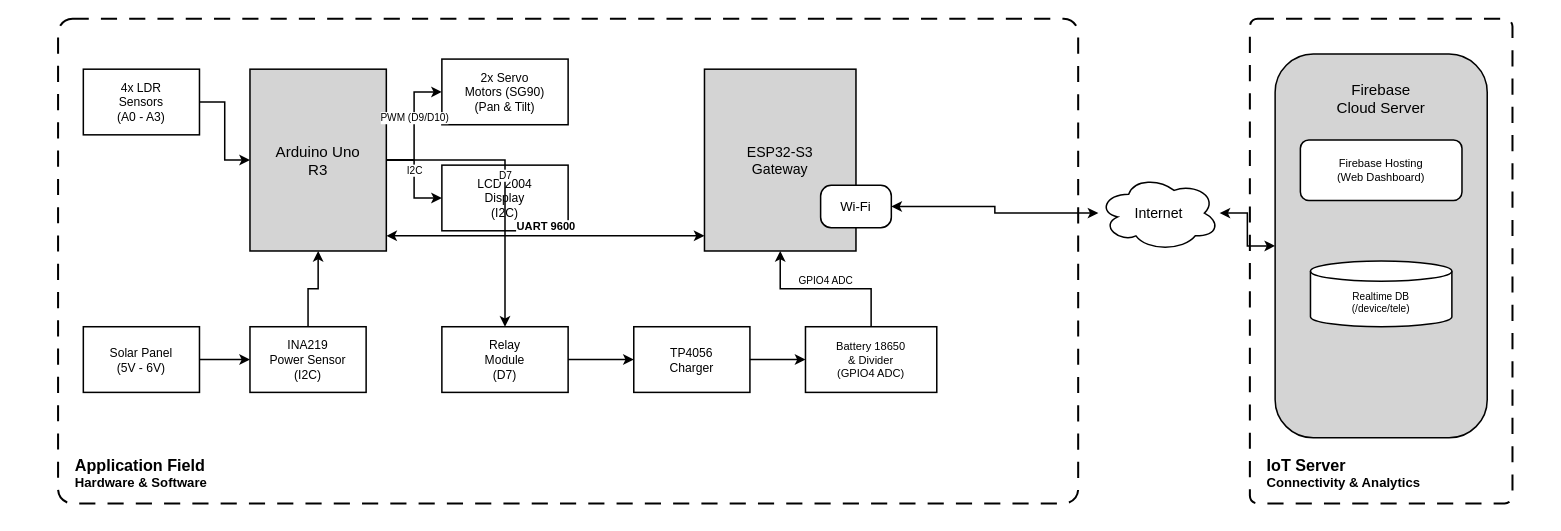
Above: block_diagram_solar_tracker.drawio in MaxxAlan/SolarController (draw.io), before the change. Source tidied: cells renumbered, new cells numbered last; positions are measured from the earlier drawing's top-left corner, leaving out a move shared by most shapes. Both pictures are drawn from the tidied source at 101%, with x=0, y=0 at pixel (58, 18).
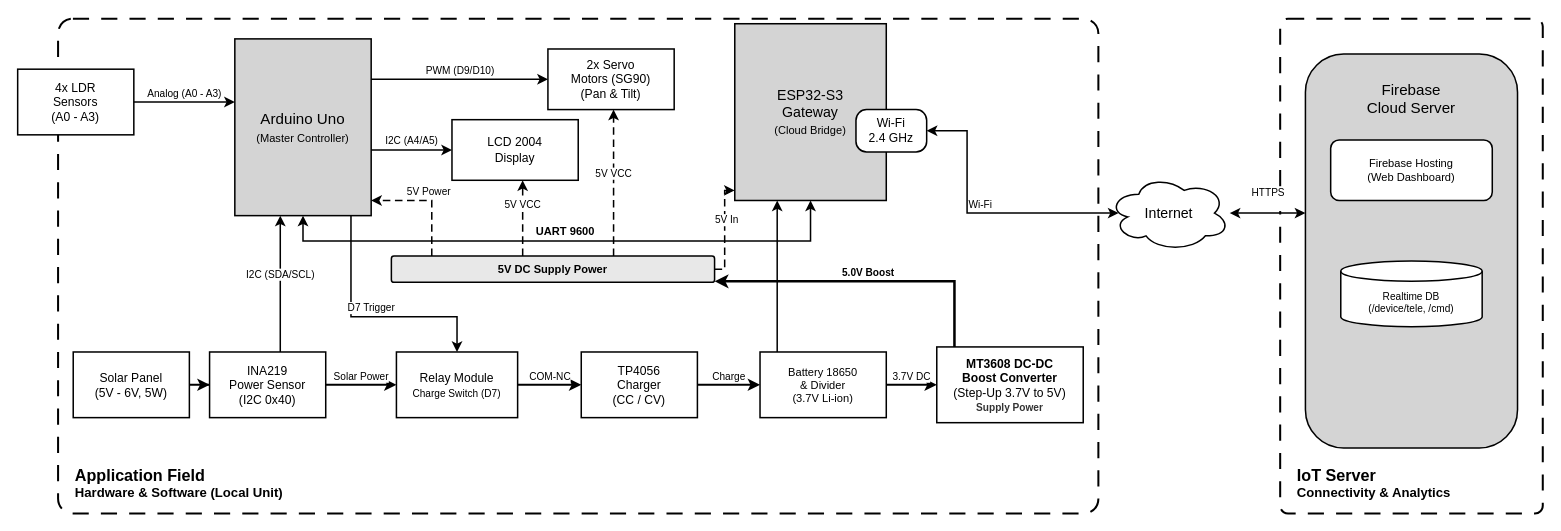
Above is the later version.

Change to the diagram source:
```diff
@@
     <mxCell id="2" style="rounded=1;arcSize=3;dashed=1;dashPattern=8 6;fillColor=none;strokeColor=#000000;strokeWidth=2;whiteSpace=wrap;html=1;" parent="1" vertex="1">
-      <mxGeometry width="1010" height="480" as="geometry" />
+      <mxGeometry width="1030" height="490" as="geometry" />
     </mxCell>
-    <mxCell id="3" value="&lt;b&gt;&lt;font style=&quot;font-size: 16px;&quot;&gt;Application Field&lt;/font&gt;&lt;/b&gt;&lt;br&gt;&lt;font style=&quot;font-size: 13px; font-weight: bold;&quot;&gt;Hardware &amp;amp; Software&lt;/font&gt;" style="text;html=1;strokeColor=none;fillColor=none;align=left;verticalAlign=bottom;whiteSpace=wrap;rounded=0;" parent="1" vertex="1">
-      <mxGeometry x="15" y="425" width="240" height="45" as="geometry" />
+    <mxCell id="3" value="&lt;b&gt;&lt;font style=&quot;font-size: 16px;&quot;&gt;Application Field&lt;/font&gt;&lt;/b&gt;&lt;br&gt;&lt;font style=&quot;font-size: 13px; font-weight: bold;&quot;&gt;Hardware &amp;amp; Software (Local Unit)&lt;/font&gt;" style="text;html=1;strokeColor=none;fillColor=none;align=left;verticalAlign=bottom;whiteSpace=wrap;rounded=0;" parent="1" vertex="1">
+      <mxGeometry x="15" y="435" width="280" height="45" as="geometry" />
     </mxCell>
     <mxCell id="4" style="rounded=1;arcSize=3;dashed=1;dashPattern=8 6;fillColor=none;strokeColor=#000000;strokeWidth=2;whiteSpace=wrap;html=1;" parent="1" vertex="1">
-      <mxGeometry x="1180" width="260" height="480" as="geometry" />
+      <mxGeometry x="1210" width="260" height="490" as="geometry" />
     </mxCell>
     <mxCell id="5" value="&lt;b&gt;&lt;font style=&quot;font-size: 16px;&quot;&gt;IoT Server&lt;/font&gt;&lt;/b&gt;&lt;br&gt;&lt;font style=&quot;font-size: 13px; font-weight: bold;&quot;&gt;Connectivity &amp;amp; Analytics&lt;/font&gt;" style="text;html=1;strokeColor=none;fillColor=none;align=left;verticalAlign=bottom;whiteSpace=wrap;rounded=0;" parent="1" vertex="1">
-      <mxGeometry x="1195" y="425" width="240" height="45" as="geometry" />
+      <mxGeometry x="1225" y="435" width="240" height="45" as="geometry" />
     </mxCell>
     <mxCell id="6" value="Internet" style="shape=cloud;whiteSpace=wrap;html=1;fillColor=#FFFFFF;strokeColor=#000000;strokeWidth=1.5;fontSize=14;fontStyle=0;align=center;verticalAlign=middle;" parent="1" vertex="1">
-      <mxGeometry x="1030" y="155" width="120" height="75" as="geometry" />
+      <mxGeometry x="1040" y="155" width="120" height="75" as="geometry" />
     </mxCell>
+    <mxCell id="18" value="Firebase&lt;br&gt;Cloud Server" style="rounded=1;arcSize=18;whiteSpace=wrap;html=1;fillColor=#D4D4D4;strokeColor=#000000;strokeWidth=1.5;fontSize=15;fontStyle=0;verticalAlign=top;spacingTop=20;" parent="1" vertex="1">
+      <mxGeometry x="1235" y="35" width="210" height="390" as="geometry" />
+    </mxCell>
+    <mxCell id="19" value="Firebase Hosting&lt;br&gt;(Web Dashboard)" style="rounded=1;arcSize=14;whiteSpace=wrap;html=1;fillColor=#FFFFFF;strokeColor=#000000;strokeWidth=1.5;fontSize=11;fontStyle=0;align=center;verticalAlign=middle;" parent="1" vertex="1">
+      <mxGeometry x="1260" y="120" width="160" height="60" as="geometry" />
+    </mxCell>
+    <mxCell id="20" value="Realtime DB&lt;br&gt;(/device/tele, /cmd)" style="shape=cylinder3;whiteSpace=wrap;html=1;boundedLbl=1;backgroundOutline=1;size=10;fillColor=#FFFFFF;strokeColor=#000000;strokeWidth=1.5;fontSize=10;" parent="1" vertex="1">
+      <mxGeometry x="1270" y="240" width="140" height="65" as="geometry" />
+    </mxCell>
     <mxCell id="7" value="4x LDR&lt;br&gt;Sensors&lt;br&gt;(A0 - A3)" style="rounded=0;whiteSpace=wrap;html=1;fillColor=#FFFFFF;strokeColor=#000000;strokeWidth=1.5;fontSize=12;fontStyle=0;" parent="1" vertex="1">
-      <mxGeometry x="25" y="50" width="115" height="65" as="geometry" />
+      <mxGeometry x="-40" y="50" width="115" height="65" as="geometry" />
     </mxCell>
-    <mxCell id="8" value="Solar Panel&lt;br&gt;(5V - 6V)" style="rounded=0;whiteSpace=wrap;html=1;fillColor=#FFFFFF;strokeColor=#000000;strokeWidth=1.5;fontSize=12;fontStyle=0;" parent="1" vertex="1">
-      <mxGeometry x="25" y="305" width="115" height="65" as="geometry" />
-    </mxCell>
-    <mxCell id="9" value="Arduino Uno&lt;br&gt;R3" style="rounded=0;whiteSpace=wrap;html=1;fillColor=#D4D4D4;strokeColor=#000000;strokeWidth=1.5;fontSize=15;fontStyle=0;align=center;verticalAlign=middle;" parent="1" vertex="1">
-      <mxGeometry x="190" y="50" width="135" height="180" as="geometry" />
+    <mxCell id="9" value="Arduino Uno&lt;br&gt;&lt;font style=&quot;font-size: 11px;&quot;&gt;(Master Controller)&lt;/font&gt;" style="rounded=0;whiteSpace=wrap;html=1;fillColor=#D4D4D4;strokeColor=#000000;strokeWidth=1.5;fontSize=15;fontStyle=0;align=center;verticalAlign=middle;" parent="1" vertex="1">
+      <mxGeometry x="175" y="20" width="135" height="175" as="geometry" />
     </mxCell>
-    <mxCell id="10" value="INA219&lt;br&gt;Power Sensor&lt;br&gt;(I2C)" style="rounded=0;whiteSpace=wrap;html=1;fillColor=#FFFFFF;strokeColor=#000000;strokeWidth=1.5;fontSize=12;fontStyle=0;" parent="1" vertex="1">
-      <mxGeometry x="190" y="305" width="115" height="65" as="geometry" />
-    </mxCell>
     <mxCell id="11" value="2x Servo&lt;br&gt;Motors (SG90)&lt;br&gt;(Pan &amp;amp; Tilt)" style="rounded=0;whiteSpace=wrap;html=1;fillColor=#FFFFFF;strokeColor=#000000;strokeWidth=1.5;fontSize=12;fontStyle=0;" parent="1" vertex="1">
-      <mxGeometry x="380" y="40" width="125" height="65" as="geometry" />
+      <mxGeometry x="485" y="30" width="125" height="60" as="geometry" />
     </mxCell>
-    <mxCell id="12" value="LCD 2004&lt;br&gt;Display&lt;br&gt;(I2C)" style="rounded=0;whiteSpace=wrap;html=1;fillColor=#FFFFFF;strokeColor=#000000;strokeWidth=1.5;fontSize=12;fontStyle=0;" parent="1" vertex="1">
-      <mxGeometry x="380" y="145" width="125" height="65" as="geometry" />
+    <mxCell id="12" value="LCD 2004&lt;br&gt;Display" style="rounded=0;whiteSpace=wrap;html=1;fillColor=#FFFFFF;strokeColor=#000000;strokeWidth=1.5;fontSize=12;fontStyle=0;" parent="1" vertex="1">
+      <mxGeometry x="390" y="100" width="125" height="60" as="geometry" />
     </mxCell>
+    <mxCell id="16" value="ESP32-S3&lt;br&gt;Gateway&lt;br&gt;&lt;font style=&quot;font-size: 11px;&quot;&gt;(Cloud Bridge)&lt;/font&gt;" style="rounded=0;whiteSpace=wrap;html=1;fillColor=#D4D4D4;strokeColor=#000000;strokeWidth=1.5;fontSize=14;fontStyle=0;align=center;verticalAlign=middle;" parent="1" vertex="1">
+      <mxGeometry x="670" y="5" width="150" height="175" as="geometry" />
+    </mxCell>
+    <mxCell id="17" value="Wi-Fi&lt;br&gt;2.4 GHz" style="rounded=1;arcSize=25;whiteSpace=wrap;html=1;fillColor=#FFFFFF;strokeColor=#000000;strokeWidth=1.5;fontSize=12;fontStyle=0;align=center;verticalAlign=middle;" parent="1" vertex="1">
+      <mxGeometry x="790" y="90" width="70" height="42" as="geometry" />
+    </mxCell>
+    <mxCell id="33" value="5V DC Supply Power" style="rounded=1;arcSize=10;whiteSpace=wrap;html=1;fillColor=#E8E8E8;strokeColor=#000000;strokeWidth=1.5;fontSize=11;fontStyle=1;align=center;verticalAlign=middle;" parent="1" vertex="1">
+      <mxGeometry x="330" y="235" width="320" height="26" as="geometry" />
+    </mxCell>
+    <mxCell id="8" value="Solar Panel&lt;br&gt;(5V - 6V, 5W)" style="rounded=0;whiteSpace=wrap;html=1;fillColor=#FFFFFF;strokeColor=#000000;strokeWidth=1.5;fontSize=12;fontStyle=0;" parent="1" vertex="1">
+      <mxGeometry x="15" y="330" width="115" height="65" as="geometry" />
+    </mxCell>
+    <mxCell id="10" value="INA219&lt;br&gt;Power Sensor&lt;br&gt;(I2C 0x40)" style="rounded=0;whiteSpace=wrap;html=1;fillColor=#FFFFFF;strokeColor=#000000;strokeWidth=1.5;fontSize=12;fontStyle=0;" parent="1" vertex="1">
+      <mxGeometry x="150" y="330" width="115" height="65" as="geometry" />
+    </mxCell>
-    <mxCell id="13" value="Relay&lt;br&gt;Module&lt;br&gt;(D7)" style="rounded=0;whiteSpace=wrap;html=1;fillColor=#FFFFFF;strokeColor=#000000;strokeWidth=1.5;fontSize=12;fontStyle=0;" parent="1" vertex="1">
-      <mxGeometry x="380" y="305" width="125" height="65" as="geometry" />
+    <mxCell id="13" value="Relay Module&lt;br&gt;&lt;font style=&quot;font-size: 10px;&quot;&gt;Charge Switch (D7)&lt;/font&gt;" style="rounded=0;whiteSpace=wrap;html=1;fillColor=#FFFFFF;strokeColor=#000000;strokeWidth=1.5;fontSize=12;fontStyle=0;" parent="1" vertex="1">
+      <mxGeometry x="335" y="330" width="120" height="65" as="geometry" />
     </mxCell>
-    <mxCell id="14" value="TP4056&lt;br&gt;Charger" style="rounded=0;whiteSpace=wrap;html=1;fillColor=#FFFFFF;strokeColor=#000000;strokeWidth=1.5;fontSize=12;fontStyle=0;" parent="1" vertex="1">
-      <mxGeometry x="570" y="305" width="115" height="65" as="geometry" />
+    <mxCell id="14" value="TP4056&lt;br&gt;Charger&lt;br&gt;(CC / CV)" style="rounded=0;whiteSpace=wrap;html=1;fillColor=#FFFFFF;strokeColor=#000000;strokeWidth=1.5;fontSize=12;fontStyle=0;" parent="1" vertex="1">
+      <mxGeometry x="518" y="330" width="115" height="65" as="geometry" />
     </mxCell>
-    <mxCell id="15" value="Battery 18650&lt;br&gt;&amp;amp; Divider&lt;br&gt;(GPIO4 ADC)" style="rounded=0;whiteSpace=wrap;html=1;fillColor=#FFFFFF;strokeColor=#000000;strokeWidth=1.5;fontSize=11;fontStyle=0;" parent="1" vertex="1">
-      <mxGeometry x="740" y="305" width="130" height="65" as="geometry" />
+    <mxCell id="15" value="Battery 18650&lt;br&gt;&amp;amp; Divider&lt;br&gt;(3.7V Li-ion)" style="rounded=0;whiteSpace=wrap;html=1;fillColor=#FFFFFF;strokeColor=#000000;strokeWidth=1.5;fontSize=11;fontStyle=0;" parent="1" vertex="1">
+      <mxGeometry x="695" y="330" width="125" height="65" as="geometry" />
     </mxCell>
-    <mxCell id="16" value="ESP32-S3&lt;br&gt;Gateway" style="rounded=0;whiteSpace=wrap;html=1;fillColor=#D4D4D4;strokeColor=#000000;strokeWidth=1.5;fontSize=14;fontStyle=0;align=center;verticalAlign=middle;" parent="1" vertex="1">
-      <mxGeometry x="640" y="50" width="150" height="180" as="geometry" />
-    </mxCell>
-    <mxCell id="17" value="Wi-Fi" style="rounded=1;arcSize=25;whiteSpace=wrap;html=1;fillColor=#FFFFFF;strokeColor=#000000;strokeWidth=1.5;fontSize=13;fontStyle=0;align=center;verticalAlign=middle;" parent="1" vertex="1">
-      <mxGeometry x="755" y="165" width="70" height="42" as="geometry" />
-    </mxCell>
-    <mxCell id="18" value="Firebase&lt;br&gt;Cloud Server" style="rounded=1;arcSize=18;whiteSpace=wrap;html=1;fillColor=#D4D4D4;strokeColor=#000000;strokeWidth=1.5;fontSize=15;fontStyle=0;verticalAlign=top;spacingTop=20;" parent="1" vertex="1">
-      <mxGeometry x="1205" y="35" width="210" height="380" as="geometry" />
-    </mxCell>
-    <mxCell id="19" value="Firebase Hosting&lt;br&gt;(Web Dashboard)" style="rounded=1;arcSize=14;whiteSpace=wrap;html=1;fillColor=#FFFFFF;strokeColor=#000000;strokeWidth=1.5;fontSize=11;fontStyle=0;align=center;verticalAlign=middle;" parent="1" vertex="1">
-      <mxGeometry x="1230" y="120" width="160" height="60" as="geometry" />
-    </mxCell>
-    <mxCell id="20" value="Realtime DB&lt;br&gt;(/device/tele)" style="shape=cylinder3;whiteSpace=wrap;html=1;boundedLbl=1;backgroundOutline=1;size=10;fillColor=#FFFFFF;strokeColor=#000000;strokeWidth=1.5;fontSize=10;" parent="1" vertex="1">
-      <mxGeometry x="1240" y="240" width="140" height="65" as="geometry" />
-    </mxCell>
+    <mxCell id="34" value="&lt;b&gt;MT3608 DC-DC&lt;/b&gt;&lt;br&gt;&lt;b&gt;Boost Converter&lt;/b&gt;&lt;br&gt;(Step-Up 3.7V to 5V)&lt;br&gt;&lt;font style=&quot;font-size: 10px; font-weight: bold; color: #333333;&quot;&gt;Supply Power&lt;/font&gt;" style="rounded=0;whiteSpace=wrap;html=1;fillColor=#FFFFFF;strokeColor=#000000;strokeWidth=1.5;fontSize=12;fontStyle=0;" parent="1" vertex="1">
+      <mxGeometry x="870" y="325" width="145" height="75" as="geometry" />
+    </mxCell>
-    <mxCell id="21" style="edgeStyle=orthogonalEdgeStyle;rounded=0;jettySize=auto;html=1;strokeColor=#000000;strokeWidth=1.5;endArrow=classic;endFill=1;" parent="1" edge="1" source="8" target="10">
+    <mxCell id="21" style="edgeStyle=orthogonalEdgeStyle;rounded=0;jettySize=auto;html=1;strokeColor=#000000;strokeWidth=2;endArrow=classic;endFill=1;fontSize=10;align=center;verticalAlign=bottom;" parent="1" edge="1" source="8" target="10">
       <mxGeometry relative="1" as="geometry" />
     </mxCell>
+    <mxCell id="35" value="Solar Power" style="edgeStyle=orthogonalEdgeStyle;rounded=0;jettySize=auto;html=1;strokeColor=#000000;strokeWidth=2;endArrow=classic;endFill=1;fontSize=10;align=center;verticalAlign=bottom;" parent="1" edge="1" source="10" target="13">
+      <mxGeometry relative="1" as="geometry" />
+    </mxCell>
+    <mxCell id="27" value="COM-NC" style="edgeStyle=orthogonalEdgeStyle;rounded=0;jettySize=auto;html=1;strokeColor=#000000;strokeWidth=2;endArrow=classic;endFill=1;fontSize=10;align=center;verticalAlign=bottom;" parent="1" edge="1" source="13" target="14">
+      <mxGeometry relative="1" as="geometry" />
+    </mxCell>
+    <mxCell id="28" value="Charge" style="edgeStyle=orthogonalEdgeStyle;rounded=0;jettySize=auto;html=1;strokeColor=#000000;strokeWidth=2;endArrow=classic;endFill=1;fontSize=10;align=center;verticalAlign=bottom;" parent="1" edge="1" source="14" target="15">
+      <mxGeometry relative="1" as="geometry" />
+    </mxCell>
+    <mxCell id="36" value="3.7V DC" style="edgeStyle=orthogonalEdgeStyle;rounded=0;jettySize=auto;html=1;strokeColor=#000000;strokeWidth=2;endArrow=classic;endFill=1;fontSize=10;align=center;verticalAlign=bottom;" parent="1" edge="1" source="15" target="34">
+      <mxGeometry relative="1" as="geometry" />
+    </mxCell>
+    <mxCell id="37" value="5.0V Boost" style="edgeStyle=orthogonalEdgeStyle;rounded=0;jettySize=auto;html=1;strokeColor=#000000;strokeWidth=2.5;endArrow=classic;endFill=1;fontSize=10;fontStyle=1;align=center;verticalAlign=bottom;" parent="1" edge="1" source="34" target="33">
+      <mxGeometry relative="1" as="geometry">
+        <Array as="points">
+          <mxPoint x="887.5" y="260" />
+        </Array>
+      </mxGeometry>
+    </mxCell>
+    <mxCell id="38" value="5V Power" style="edgeStyle=orthogonalEdgeStyle;rounded=0;jettySize=auto;html=1;strokeColor=#000000;strokeWidth=1.5;dashed=1;dashPattern=5 3;endArrow=classic;endFill=1;fontSize=10;align=center;verticalAlign=bottom;" parent="1" edge="1" source="33" target="9">
+      <mxGeometry relative="1" as="geometry">
+        <Array as="points">
+          <mxPoint x="370" y="180" />
+        </Array>
+      </mxGeometry>
+    </mxCell>
+    <mxCell id="39" value="5V VCC" style="edgeStyle=orthogonalEdgeStyle;rounded=0;jettySize=auto;html=1;strokeColor=#000000;strokeWidth=1.5;dashed=1;dashPattern=5 3;endArrow=classic;endFill=1;fontSize=10;align=center;verticalAlign=middle;" parent="1" edge="1" source="33" target="11">
+      <mxGeometry x="0.13" relative="1" as="geometry">
+        <Array as="points">
+          <mxPoint x="550" y="120" />
+          <mxPoint x="550" y="120" />
+        </Array>
+      </mxGeometry>
+    </mxCell>
+    <mxCell id="40" value="5V VCC" style="edgeStyle=orthogonalEdgeStyle;rounded=0;jettySize=auto;html=1;strokeColor=#000000;strokeWidth=1.5;dashed=1;dashPattern=5 3;endArrow=classic;endFill=1;fontSize=10;align=center;verticalAlign=middle;" parent="1" edge="1" source="33" target="12">
+      <mxGeometry x="0.36" relative="1" as="geometry">
+        <Array as="points">
+          <mxPoint x="460" y="190" />
+          <mxPoint x="460" y="190" />
+        </Array>
+      </mxGeometry>
+    </mxCell>
+    <mxCell id="41" style="edgeStyle=orthogonalEdgeStyle;rounded=0;jettySize=auto;html=1;strokeColor=#000000;strokeWidth=1.5;dashed=1;dashPattern=5 3;endArrow=classic;endFill=1;fontSize=10;align=center;verticalAlign=bottom;" parent="1" edge="1" source="33" target="16">
+      <mxGeometry x="-0.02" relative="1" as="geometry">
+        <Array as="points">
+          <mxPoint x="660" y="248" />
+          <mxPoint x="660" y="170" />
+        </Array>
+      </mxGeometry>
+    </mxCell>
+    <mxCell id="42" value="5V In" style="edgeLabel;html=1;align=center;verticalAlign=middle;inheritText=1;fontSize=10;" parent="41" vertex="1">
+      <mxGeometry x="0.23" y="-1" relative="1" as="geometry" />
+    </mxCell>
-    <mxCell id="22" style="edgeStyle=orthogonalEdgeStyle;rounded=0;jettySize=auto;html=1;strokeColor=#000000;strokeWidth=1.5;endArrow=classic;endFill=1;" parent="1" edge="1" source="7" target="9">
-      <mxGeometry relative="1" as="geometry" />
+    <mxCell id="22" value="Analog (A0 - A3)" style="edgeStyle=orthogonalEdgeStyle;rounded=0;jettySize=auto;html=1;strokeColor=#000000;strokeWidth=1.5;endArrow=classic;endFill=1;fontSize=10;align=center;verticalAlign=bottom;" parent="1" edge="1" source="7" target="9">
+      <mxGeometry relative="1" as="geometry">
+        <Array as="points">
+          <mxPoint x="150" y="82.5" />
+          <mxPoint x="150" y="82.5" />
+        </Array>
+      </mxGeometry>
     </mxCell>
-    <mxCell id="23" style="edgeStyle=orthogonalEdgeStyle;rounded=0;jettySize=auto;html=1;strokeColor=#000000;strokeWidth=1.5;endArrow=classic;endFill=1;" parent="1" edge="1" source="10" target="9">
-      <mxGeometry relative="1" as="geometry" />
+    <mxCell id="23" value="I2C (SDA/SCL)" style="edgeStyle=orthogonalEdgeStyle;rounded=0;jettySize=auto;html=1;strokeColor=#000000;strokeWidth=1.5;endArrow=classic;endFill=1;fontSize=10;align=center;verticalAlign=bottom;" parent="1" edge="1" source="10" target="9">
+      <mxGeometry relative="1" as="geometry">
+        <Array as="points">
+          <mxPoint x="220" y="240" />
+          <mxPoint x="220" y="240" />
+        </Array>
+      </mxGeometry>
     </mxCell>
     <mxCell id="24" value="PWM (D9/D10)" style="edgeStyle=orthogonalEdgeStyle;rounded=0;jettySize=auto;html=1;strokeColor=#000000;strokeWidth=1.5;endArrow=classic;endFill=1;fontSize=10;align=center;verticalAlign=bottom;" parent="1" edge="1" source="9" target="11">
-      <mxGeometry relative="1" as="geometry" />
+      <mxGeometry relative="1" as="geometry">
+        <Array as="points">
+          <mxPoint x="330" y="60" />
+          <mxPoint x="330" y="60" />
+        </Array>
+      </mxGeometry>
     </mxCell>
-    <mxCell id="25" value="I2C" style="edgeStyle=orthogonalEdgeStyle;rounded=0;jettySize=auto;html=1;strokeColor=#000000;strokeWidth=1.5;endArrow=classic;endFill=1;fontSize=10;align=center;verticalAlign=bottom;" parent="1" edge="1" source="9" target="12">
-      <mxGeometry relative="1" as="geometry" />
+    <mxCell id="25" value="I2C (A4/A5)" style="edgeStyle=orthogonalEdgeStyle;rounded=0;jettySize=auto;html=1;strokeColor=#000000;strokeWidth=1.5;endArrow=classic;endFill=1;fontSize=10;align=center;verticalAlign=bottom;" parent="1" edge="1" source="9" target="12">
+      <mxGeometry relative="1" as="geometry">
+        <Array as="points">
+          <mxPoint x="350" y="130" />
+          <mxPoint x="350" y="130" />
+        </Array>
+      </mxGeometry>
     </mxCell>
-    <mxCell id="26" value="D7" style="edgeStyle=orthogonalEdgeStyle;rounded=0;jettySize=auto;html=1;strokeColor=#000000;strokeWidth=1.5;endArrow=classic;endFill=1;fontSize=10;align=center;verticalAlign=bottom;" parent="1" edge="1" source="9" target="13">
-      <mxGeometry relative="1" as="geometry" />
+    <mxCell id="26" value="D7 Trigger" style="edgeStyle=orthogonalEdgeStyle;rounded=0;jettySize=auto;html=1;strokeColor=#000000;strokeWidth=1.5;endArrow=classic;endFill=1;fontSize=10;align=center;verticalAlign=bottom;" parent="1" edge="1" source="9" target="13">
+      <mxGeometry relative="1" as="geometry">
+        <Array as="points">
+          <mxPoint x="290" y="295" />
+          <mxPoint x="395" y="295" />
+        </Array>
+      </mxGeometry>
     </mxCell>
-    <mxCell id="27" style="edgeStyle=orthogonalEdgeStyle;rounded=0;jettySize=auto;html=1;strokeColor=#000000;strokeWidth=1.5;endArrow=classic;endFill=1;" parent="1" edge="1" source="13" target="14">
-      <mxGeometry relative="1" as="geometry" />
-    </mxCell>
-    <mxCell id="28" style="edgeStyle=orthogonalEdgeStyle;rounded=0;jettySize=auto;html=1;strokeColor=#000000;strokeWidth=1.5;endArrow=classic;endFill=1;" parent="1" edge="1" source="14" target="15">
-      <mxGeometry relative="1" as="geometry" />
-    </mxCell>
+    <mxCell id="30" value="UART 9600" style="edgeStyle=orthogonalEdgeStyle;rounded=0;jettySize=auto;html=1;strokeColor=#000000;strokeWidth=1.5;startArrow=classic;startFill=1;endArrow=classic;endFill=1;fontSize=11;fontStyle=1;align=center;verticalAlign=bottom;" parent="1" edge="1" source="9" target="16">
+      <mxGeometry relative="1" as="geometry">
+        <Array as="points">
+          <mxPoint x="242.5" y="220" />
+          <mxPoint x="745" y="220" />
+        </Array>
+      </mxGeometry>
+    </mxCell>
-    <mxCell id="29" value="GPIO4 ADC" style="edgeStyle=orthogonalEdgeStyle;rounded=0;jettySize=auto;html=1;strokeColor=#000000;strokeWidth=1.5;endArrow=classic;endFill=1;fontSize=10;align=center;verticalAlign=bottom;" parent="1" edge="1" source="15" target="16">
-      <mxGeometry relative="1" as="geometry" />
+    <mxCell id="29" style="edgeStyle=orthogonalEdgeStyle;rounded=0;jettySize=auto;html=1;strokeColor=#000000;strokeWidth=1.5;endArrow=classic;endFill=1;fontSize=10;align=center;verticalAlign=bottom;" parent="1" edge="1" source="15" target="16">
+      <mxGeometry x="0.2" y="-107" relative="1" as="geometry">
+        <Array as="points">
+          <mxPoint x="712" y="280" />
+          <mxPoint x="712" y="215" />
+        </Array>
+        <mxPoint x="1" as="offset" />
+      </mxGeometry>
     </mxCell>
-    <mxCell id="30" value="UART 9600" style="edgeStyle=orthogonalEdgeStyle;rounded=0;jettySize=auto;html=1;strokeColor=#000000;strokeWidth=1.5;startArrow=classic;startFill=1;endArrow=classic;endFill=1;fontSize=11;fontStyle=1;align=center;verticalAlign=bottom;" parent="1" edge="1" source="9" target="16">
-      <mxGeometry relative="1" as="geometry">
-        <Array as="points">
-          <mxPoint x="340" y="215" />
-          <mxPoint x="620" y="215" />
-        </Array>
-      </mxGeometry>
-    </mxCell>
-    <mxCell id="31" style="edgeStyle=orthogonalEdgeStyle;rounded=0;jettySize=auto;html=1;strokeColor=#000000;strokeWidth=1.5;startArrow=classic;startFill=1;endArrow=classic;endFill=1;" parent="1" edge="1" source="17" target="6">
-      <mxGeometry relative="1" as="geometry" />
+    <mxCell id="31" value="Wi-Fi" style="edgeStyle=orthogonalEdgeStyle;rounded=0;jettySize=auto;html=1;strokeColor=#000000;strokeWidth=1.5;startArrow=classic;startFill=1;endArrow=classic;endFill=1;fontSize=10;align=center;verticalAlign=bottom;exitX=1;exitY=0.5;exitDx=0;exitDy=0;" parent="1" edge="1" source="17">
+      <mxGeometry x="-0.01" relative="1" as="geometry">
+        <mxPoint x="1050" y="192.5" as="targetPoint" />
+        <Array as="points">
+          <mxPoint x="900" y="111" />
+          <mxPoint x="900" y="192.5" />
+        </Array>
+      </mxGeometry>
     </mxCell>
-    <mxCell id="32" style="edgeStyle=orthogonalEdgeStyle;rounded=0;jettySize=auto;html=1;strokeColor=#000000;strokeWidth=1.5;startArrow=classic;startFill=1;endArrow=classic;endFill=1;" parent="1" edge="1" source="6" target="18">
-      <mxGeometry relative="1" as="geometry" />
+    <mxCell id="32" value="HTTPS&lt;div&gt;&lt;br&gt;&lt;/div&gt;" style="edgeStyle=orthogonalEdgeStyle;rounded=0;jettySize=auto;html=1;strokeColor=#000000;strokeWidth=1.5;startArrow=classic;startFill=1;endArrow=classic;endFill=1;fontSize=10;align=center;verticalAlign=bottom;" parent="1" edge="1" source="6" target="18">
+      <mxGeometry relative="1" as="geometry">
+        <Array as="points">
+          <mxPoint x="1230" y="192.5" />
+          <mxPoint x="1230" y="192.5" />
+        </Array>
+      </mxGeometry>
     </mxCell>
```
